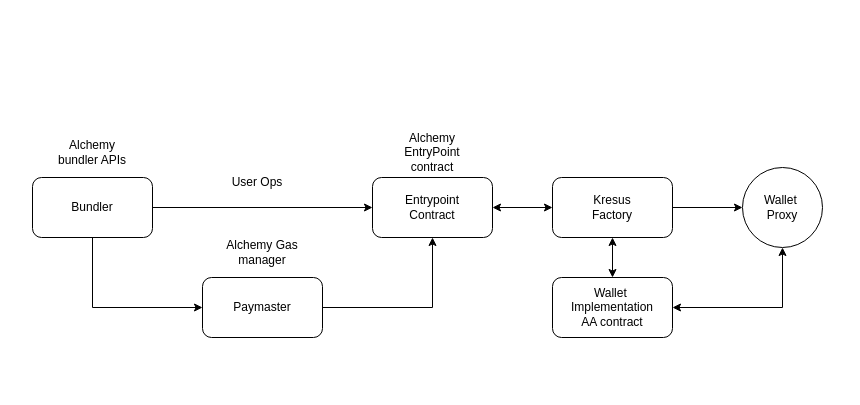
Earlier version of the draw.io diagram AA-flow.drawio (ali-05-ahmed/Concept-Diagrams). Source tidied: cells renumbered, new cells numbered last; positions are measured from the earlier drawing's top-left corner, leaving out a move shared by most shapes. Both pictures are drawn from the tidied source at 100%, with x=0, y=0 at pixel (32, 137).
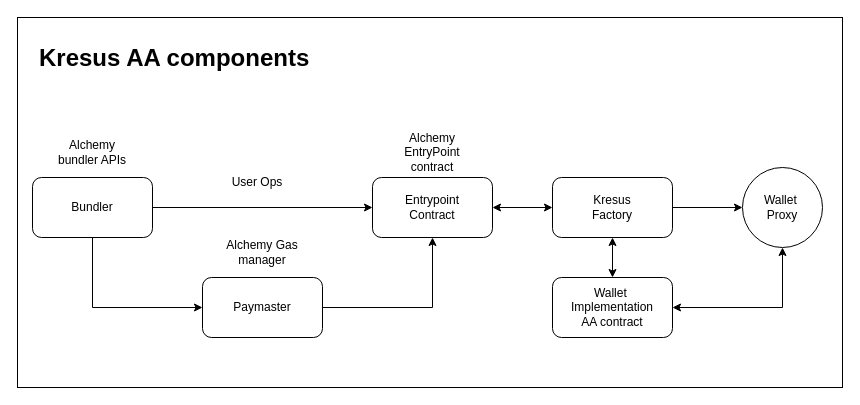
The same page after the edit.

Diff of the diagram source:
```diff
@@
+    <mxCell id="19" style="rounded=0;whiteSpace=wrap;html=1;" parent="1" vertex="1">
+      <mxGeometry x="-15" y="-120" width="825" height="370" as="geometry" />
+    </mxCell>
@@
+    <mxCell id="20" value="&lt;h1 style=&quot;margin-top: 0px;&quot;&gt;Kresus AA components&lt;/h1&gt;" style="text;html=1;whiteSpace=wrap;overflow=hidden;rounded=0;" parent="1" vertex="1">
+      <mxGeometry x="5" y="-100" width="285" height="50" as="geometry" />
+    </mxCell>
```
